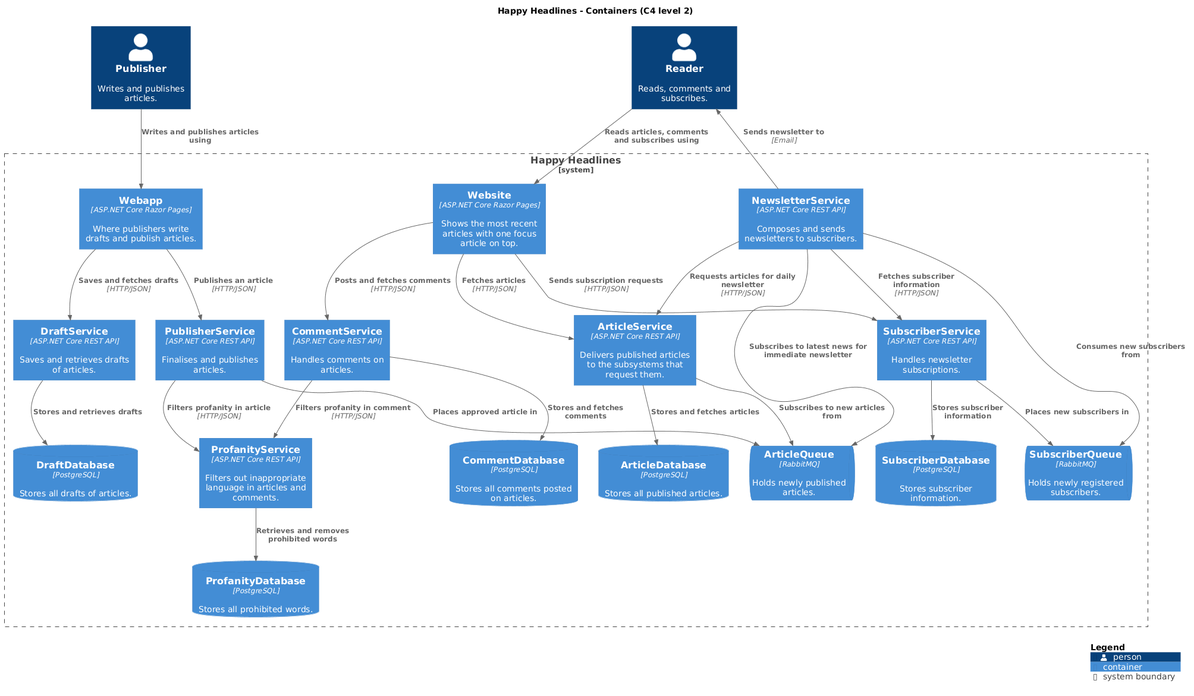
Above: docs/c4/container.png in Davud05/happyheadlines (PlantUML), before the change. Its diagram source:
```plantuml
@startuml
!include <C4/C4_Container>

LAYOUT_TOP_DOWN()

title Happy Headlines - Containers (C4 level 2)

Person(publisher, "Publisher", "Writes and publishes articles.")
Person(reader, "Reader", "Reads, comments and subscribes.")

System_Boundary(hh, "Happy Headlines") {
    Container(webapp, "Webapp", "ASP.NET Core Razor Pages", "Where publishers write drafts and publish articles.")
    Container(website, "Website", "ASP.NET Core Razor Pages", "Shows the most recent articles with one focus article on top.")

    Container(draftService, "DraftService", "ASP.NET Core REST API", "Saves and retrieves drafts of articles.")
    ContainerDb(draftDb, "DraftDatabase", "PostgreSQL", "Stores all drafts of articles.")

    Container(publisherService, "PublisherService", "ASP.NET Core REST API", "Finalises and publishes articles.")
    Container(profanityService, "ProfanityService", "ASP.NET Core REST API", "Filters out inappropriate language in articles and comments.")
    ContainerDb(profanityDb, "ProfanityDatabase", "PostgreSQL", "Stores all prohibited words.")

    ContainerQueue(articleQueue, "ArticleQueue", "RabbitMQ", "Holds newly published articles.")
    Container(articleService, "ArticleService", "ASP.NET Core REST API", "Delivers published articles to the subsystems that request them.")
    ContainerDb(articleDb, "ArticleDatabase", "PostgreSQL", "Stores all published articles.")

    Container(commentService, "CommentService", "ASP.NET Core REST API", "Handles comments on articles.")
    ContainerDb(commentDb, "CommentDatabase", "PostgreSQL", "Stores all comments posted on articles.")

    Container(subscriberService, "SubscriberService", "ASP.NET Core REST API", "Handles newsletter subscriptions.")
    ContainerDb(subscriberDb, "SubscriberDatabase", "PostgreSQL", "Stores subscriber information.")
    ContainerQueue(subscriberQueue, "SubscriberQueue", "RabbitMQ", "Holds newly registered subscribers.")

    Container(newsletterService, "NewsletterService", "ASP.NET Core REST API", "Composes and sends newsletters to subscribers.")
}

Rel(publisher, webapp, "Writes and publishes articles using")
Rel(reader, website, "Reads articles, comments and subscribes using")

Rel(webapp, draftService, "Saves and fetches drafts", "HTTP/JSON")
Rel(draftService, draftDb, "Stores and retrieves drafts")

Rel(webapp, publisherService, "Publishes an article", "HTTP/JSON")
Rel(publisherService, profanityService, "Filters profanity in article", "HTTP/JSON")
Rel(publisherService, articleQueue, "Places approved article in")

Rel(profanityService, profanityDb, "Retrieves and removes prohibited words")

Rel(articleService, articleQueue, "Subscribes to new articles from")
Rel(articleService, articleDb, "Stores and fetches articles")

Rel(website, articleService, "Fetches articles", "HTTP/JSON")
Rel(website, commentService, "Posts and fetches comments", "HTTP/JSON")
Rel(website, subscriberService, "Sends subscription requests", "HTTP/JSON")

Rel(commentService, profanityService, "Filters profanity in comment", "HTTP/JSON")
Rel(commentService, commentDb, "Stores and fetches comments")

Rel(subscriberService, subscriberDb, "Stores subscriber information")
Rel(subscriberService, subscriberQueue, "Places new subscribers in")

Rel(newsletterService, subscriberQueue, "Consumes new subscribers from")
Rel(newsletterService, articleQueue, "Subscribes to latest news for immediate newsletter")
Rel(newsletterService, articleService, "Requests articles for daily newsletter", "HTTP/JSON")
Rel(newsletterService, subscriberService, "Fetches subscriber information", "HTTP/JSON")
Rel(newsletterService, reader, "Sends newsletter to", "Email")

SHOW_LEGEND()
@enduml
```
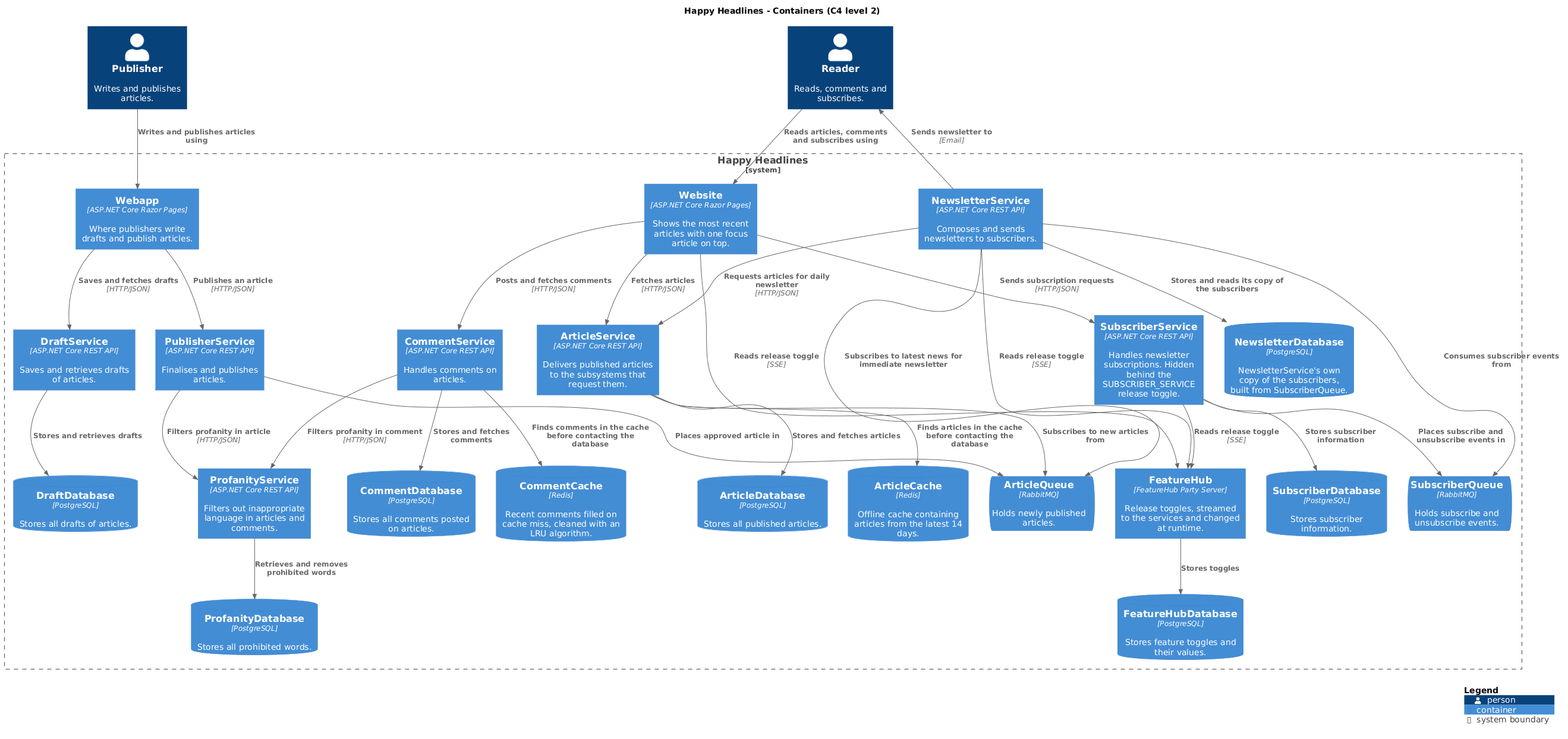
Above is the later version.

The edit, as a diff of the source:
```diff
@@ -1,4 +1,4 @@
-@startuml
+@startuml container
 !include <C4/C4_Container>
 
 LAYOUT_TOP_DOWN()
@@ -22,15 +22,21 @@
     ContainerQueue(articleQueue, "ArticleQueue", "RabbitMQ", "Holds newly published articles.")
     Container(articleService, "ArticleService", "ASP.NET Core REST API", "Delivers published articles to the subsystems that request them.")
     ContainerDb(articleDb, "ArticleDatabase", "PostgreSQL", "Stores all published articles.")
+    ContainerDb(articleCache, "ArticleCache", "Redis", "Offline cache containing articles from the latest 14 days.")
 
     Container(commentService, "CommentService", "ASP.NET Core REST API", "Handles comments on articles.")
     ContainerDb(commentDb, "CommentDatabase", "PostgreSQL", "Stores all comments posted on articles.")
+    ContainerDb(commentCache, "CommentCache", "Redis", "Recent comments filled on cache miss, cleaned with an LRU algorithm.")
 
-    Container(subscriberService, "SubscriberService", "ASP.NET Core REST API", "Handles newsletter subscriptions.")
+    Container(subscriberService, "SubscriberService", "ASP.NET Core REST API", "Handles newsletter subscriptions. Hidden behind the SUBSCRIBER_SERVICE release toggle.")
     ContainerDb(subscriberDb, "SubscriberDatabase", "PostgreSQL", "Stores subscriber information.")
-    ContainerQueue(subscriberQueue, "SubscriberQueue", "RabbitMQ", "Holds newly registered subscribers.")
+    ContainerQueue(subscriberQueue, "SubscriberQueue", "RabbitMQ", "Holds subscribe and unsubscribe events.")
 
     Container(newsletterService, "NewsletterService", "ASP.NET Core REST API", "Composes and sends newsletters to subscribers.")
+    ContainerDb(newsletterDb, "NewsletterDatabase", "PostgreSQL", "NewsletterService's own copy of the subscribers, built from SubscriberQueue.")
+
+    Container(featureHub, "FeatureHub", "FeatureHub Party Server", "Release toggles, streamed to the services and changed at runtime.")
+    ContainerDb(featureHubDb, "FeatureHubDatabase", "PostgreSQL", "Stores feature toggles and their values.")
 }
 
 Rel(publisher, webapp, "Writes and publishes articles using")
@@ -47,6 +53,7 @@
 
 Rel(articleService, articleQueue, "Subscribes to new articles from")
 Rel(articleService, articleDb, "Stores and fetches articles")
+Rel(articleService, articleCache, "Finds articles in the cache before contacting the database")
 
 Rel(website, articleService, "Fetches articles", "HTTP/JSON")
 Rel(website, commentService, "Posts and fetches comments", "HTTP/JSON")
@@ -54,15 +61,21 @@
 
 Rel(commentService, profanityService, "Filters profanity in comment", "HTTP/JSON")
 Rel(commentService, commentDb, "Stores and fetches comments")
+Rel(commentService, commentCache, "Finds comments in the cache before contacting the database")
 
 Rel(subscriberService, subscriberDb, "Stores subscriber information")
-Rel(subscriberService, subscriberQueue, "Places new subscribers in")
+Rel(subscriberService, subscriberQueue, "Places subscribe and unsubscribe events in")
 
-Rel(newsletterService, subscriberQueue, "Consumes new subscribers from")
+Rel(newsletterService, subscriberQueue, "Consumes subscriber events from")
+Rel(newsletterService, newsletterDb, "Stores and reads its copy of the subscribers")
 Rel(newsletterService, articleQueue, "Subscribes to latest news for immediate newsletter")
 Rel(newsletterService, articleService, "Requests articles for daily newsletter", "HTTP/JSON")
-Rel(newsletterService, subscriberService, "Fetches subscriber information", "HTTP/JSON")
 Rel(newsletterService, reader, "Sends newsletter to", "Email")
+
+Rel(subscriberService, featureHub, "Reads release toggle", "SSE")
+Rel(newsletterService, featureHub, "Reads release toggle", "SSE")
+Rel(website, featureHub, "Reads release toggle", "SSE")
+Rel(featureHub, featureHubDb, "Stores toggles")
 
 SHOW_LEGEND()
 @enduml
```
